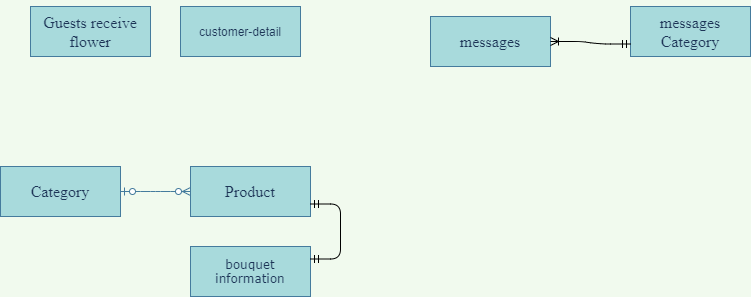
This is Untitled Diagram.png from maialino123/Eproject-SEM3, a draw.io export, as it was before one commit. Source tidied: cells renumbered, new cells last; positions are measured from the earlier drawing's top-left corner, leaving out a move shared by most shapes.
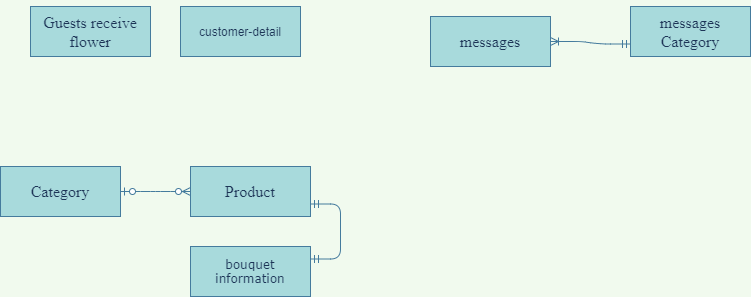
Later version of the same file.

What changed in the source:
```diff
@@ -20,16 +20,16 @@
     <mxCell id="7" value="&lt;p class=&quot;MsoNormal&quot;&gt;&lt;font face=&quot;times new roman, serif&quot;&gt;&lt;span style=&quot;font-size: 16px&quot;&gt;Product&lt;/span&gt;&lt;/font&gt;&lt;/p&gt;" style="whiteSpace=wrap;html=1;align=center;rounded=0;sketch=0;fontColor=#1D3557;strokeColor=#457B9D;fillColor=#A8DADC;" parent="1" vertex="1">
       <mxGeometry x="190" y="160" width="120" height="50" as="geometry" />
     </mxCell>
-    <mxCell id="8" style="edgeStyle=entityRelationEdgeStyle;fontSize=12;html=1;endArrow=ERzeroToMany;startArrow=ERzeroToOne;fontColor=#1D3557;strokeColor=#457B9D;fillColor=#A8DADC;exitX=1;exitY=0.5;exitDx=0;exitDy=0;entryX=0;entryY=0.5;entryDx=0;entryDy=0;" parent="1" edge="1" source="6" target="7">
+    <mxCell id="8" style="edgeStyle=entityRelationEdgeStyle;fontSize=12;html=1;endArrow=ERzeroToMany;startArrow=ERzeroToOne;fontColor=#1D3557;strokeColor=#457B9D;fillColor=#A8DADC;exitX=1;exitY=0.5;exitDx=0;exitDy=0;entryX=0;entryY=0.5;entryDx=0;entryDy=0;labelBackgroundColor=#F1FAEE;" parent="1" edge="1" source="6" target="7">
       <mxGeometry relative="1" as="geometry" />
     </mxCell>
-    <mxCell id="9" style="edgeStyle=entityRelationEdgeStyle;fontSize=12;html=1;endArrow=ERmandOne;startArrow=ERmandOne;fontColor=#1D3557;fillColor=#A8DADC;rounded=1;entryX=1;entryY=0.75;entryDx=0;entryDy=0;exitX=1;exitY=0.25;exitDx=0;exitDy=0;" parent="1" edge="1" source="3" target="7">
+    <mxCell id="9" style="edgeStyle=entityRelationEdgeStyle;fontSize=12;html=1;endArrow=ERmandOne;startArrow=ERmandOne;fontColor=#1D3557;fillColor=#A8DADC;rounded=1;entryX=1;entryY=0.75;entryDx=0;entryDy=0;exitX=1;exitY=0.25;exitDx=0;exitDy=0;labelBackgroundColor=#F1FAEE;strokeColor=#457B9D;" parent="1" edge="1" source="3" target="7">
       <mxGeometry relative="1" as="geometry" />
     </mxCell>
     <mxCell id="10" value="&lt;p class=&quot;MsoNormal&quot;&gt;&lt;span style=&quot;font-size: 12.0pt ; font-family: &amp;#34;times new roman&amp;#34; , serif&quot;&gt;messages Category&lt;/span&gt;&lt;span style=&quot;font-family: &amp;#34;verdana&amp;#34; , sans-serif&quot;&gt;&lt;br&gt;&lt;/span&gt;&lt;/p&gt;" style="whiteSpace=wrap;html=1;align=center;rounded=0;sketch=0;fontColor=#1D3557;strokeColor=#457B9D;fillColor=#A8DADC;" parent="1" vertex="1">
       <mxGeometry x="630" width="120" height="50" as="geometry" />
     </mxCell>
-    <mxCell id="11" style="edgeStyle=entityRelationEdgeStyle;fontSize=12;html=1;endArrow=ERoneToMany;startArrow=ERmandOne;fontColor=#1D3557;strokeColor=#000000;fillColor=#A8DADC;entryX=1;entryY=0.5;entryDx=0;entryDy=0;exitX=0;exitY=0.75;exitDx=0;exitDy=0;" parent="1" edge="1" source="10" target="4">
+    <mxCell id="11" style="edgeStyle=entityRelationEdgeStyle;fontSize=12;html=1;endArrow=ERoneToMany;startArrow=ERmandOne;fontColor=#1D3557;strokeColor=#457B9D;fillColor=#A8DADC;entryX=1;entryY=0.5;entryDx=0;entryDy=0;exitX=0;exitY=0.75;exitDx=0;exitDy=0;labelBackgroundColor=#F1FAEE;" parent="1" edge="1" source="10" target="4">
       <mxGeometry relative="1" as="geometry" />
     </mxCell>
   </root>
```
